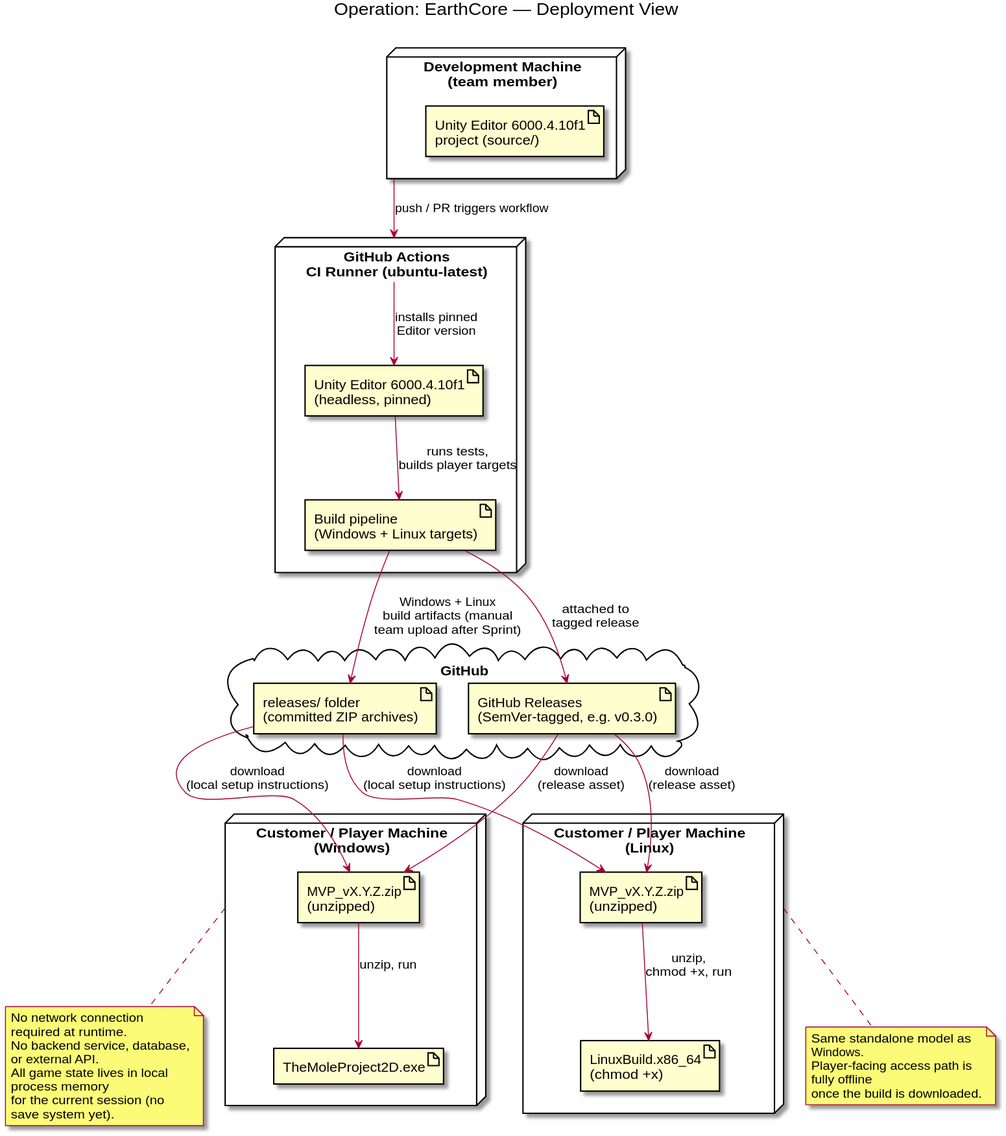
Above: docs/architecture/deployment-view/deployment-diagram.svg in coolcamilla/Team32 (PlantUML), before the change. Source of this version:
```plantuml
@startuml deployment-diagram
title Operation: EarthCore — Deployment View

skinparam wrapWidth 200

node "Development Machine\n(team member)" as devbox {
  artifact "Unity Editor 6000.4.10f1\nproject (source/)" as editor
}

node "GitHub Actions\nCI Runner (ubuntu-latest)" as ci {
  artifact "Unity Editor 6000.4.10f1\n(headless, pinned)" as ciunity
  artifact "Build pipeline\n(Windows + Linux targets)" as buildpipeline
}

cloud "GitHub" as github {
  artifact "releases/ folder\n(committed ZIP archives)" as releasesfolder
  artifact "GitHub Releases\n(SemVer-tagged, e.g. v0.3.0)" as ghrelease
}

node "Customer / Player Machine\n(Windows)" as winmachine {
  artifact "MVP_vX.Y.Z.zip\n(unzipped)" as winbuild
  artifact "TheMoleProject2D.exe" as winexe
}

node "Customer / Player Machine\n(Linux)" as linuxmachine {
  artifact "MVP_vX.Y.Z.zip\n(unzipped)" as linuxbuild
  artifact "LinuxBuild.x86_64\n(chmod +x)" as linuxexe
}

devbox --> ci : push / PR triggers workflow
ci --> ciunity : installs pinned\nEditor version
ciunity --> buildpipeline : runs tests,\nbuilds player targets
buildpipeline --> releasesfolder : Windows + Linux\nbuild artifacts (manual\nteam upload after Sprint)
buildpipeline --> ghrelease : attached to\ntagged release

releasesfolder --> winbuild : download\n(local setup instructions)
releasesfolder --> linuxbuild : download\n(local setup instructions)
ghrelease --> winbuild : download\n(release asset)
ghrelease --> linuxbuild : download\n(release asset)

winbuild --> winexe : unzip, run
linuxbuild --> linuxexe : unzip,\nchmod +x, run

note bottom of winmachine
  No network connection required at runtime.
  No backend service, database, or external API.
  All game state lives in local process memory
  for the current session (no save system yet).
end note

note bottom of linuxmachine
  Same standalone model as Windows.
  Player-facing access path is fully offline
  once the build is downloaded.
end note

@enduml
```
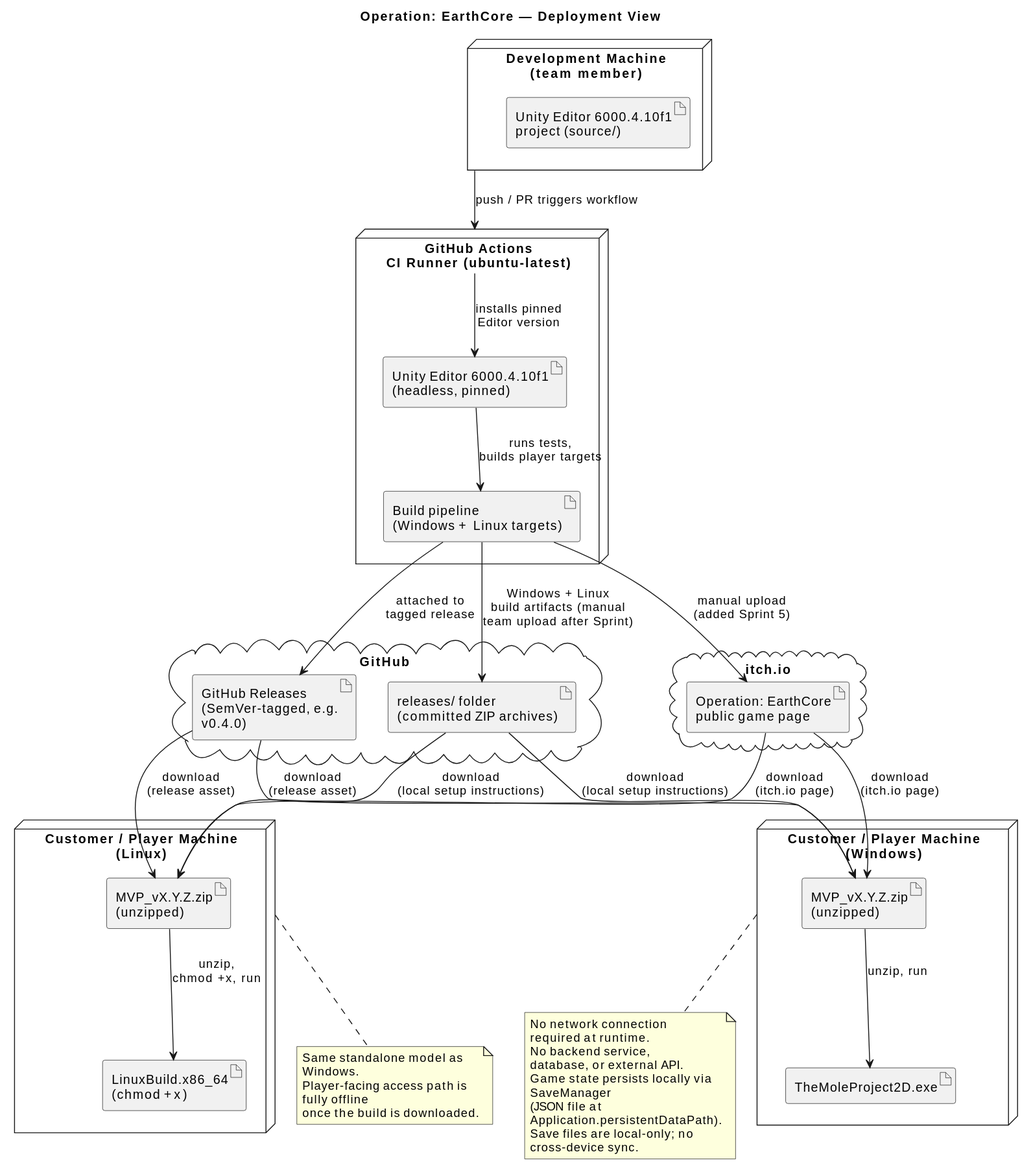
The same file after the commit.

Commit message:
docs: update architecture README and component, deployment views

What changed in the source:
```diff
@@ -1,4 +1,4 @@
-@startuml deployment-diagram
+@startuml
 title Operation: EarthCore — Deployment View
 
 skinparam wrapWidth 200
@@ -14,7 +14,11 @@
 
 cloud "GitHub" as github {
   artifact "releases/ folder\n(committed ZIP archives)" as releasesfolder
-  artifact "GitHub Releases\n(SemVer-tagged, e.g. v0.3.0)" as ghrelease
+  artifact "GitHub Releases\n(SemVer-tagged, e.g. v0.4.0)" as ghrelease
+}
+
+cloud "itch.io" as itchio {
+  artifact "Operation: EarthCore\npublic game page" as itchpage
 }
 
 node "Customer / Player Machine\n(Windows)" as winmachine {
@@ -32,11 +36,14 @@
 ciunity --> buildpipeline : runs tests,\nbuilds player targets
 buildpipeline --> releasesfolder : Windows + Linux\nbuild artifacts (manual\nteam upload after Sprint)
 buildpipeline --> ghrelease : attached to\ntagged release
+buildpipeline --> itchpage : manual upload\n(added Sprint 5)
 
 releasesfolder --> winbuild : download\n(local setup instructions)
 releasesfolder --> linuxbuild : download\n(local setup instructions)
 ghrelease --> winbuild : download\n(release asset)
 ghrelease --> linuxbuild : download\n(release asset)
+itchpage --> winbuild : download\n(itch.io page)
+itchpage --> linuxbuild : download\n(itch.io page)
 
 winbuild --> winexe : unzip, run
 linuxbuild --> linuxexe : unzip,\nchmod +x, run
@@ -44,8 +51,9 @@
 note bottom of winmachine
   No network connection required at runtime.
   No backend service, database, or external API.
-  All game state lives in local process memory
-  for the current session (no save system yet).
+  Game state persists locally via SaveManager
+  (JSON file at Application.persistentDataPath).
+  Save files are local-only; no cross-device sync.
 end note
 
 note bottom of linuxmachine
@@ -53,5 +61,4 @@
   Player-facing access path is fully offline
   once the build is downloaded.
 end note
-
 @enduml
```
